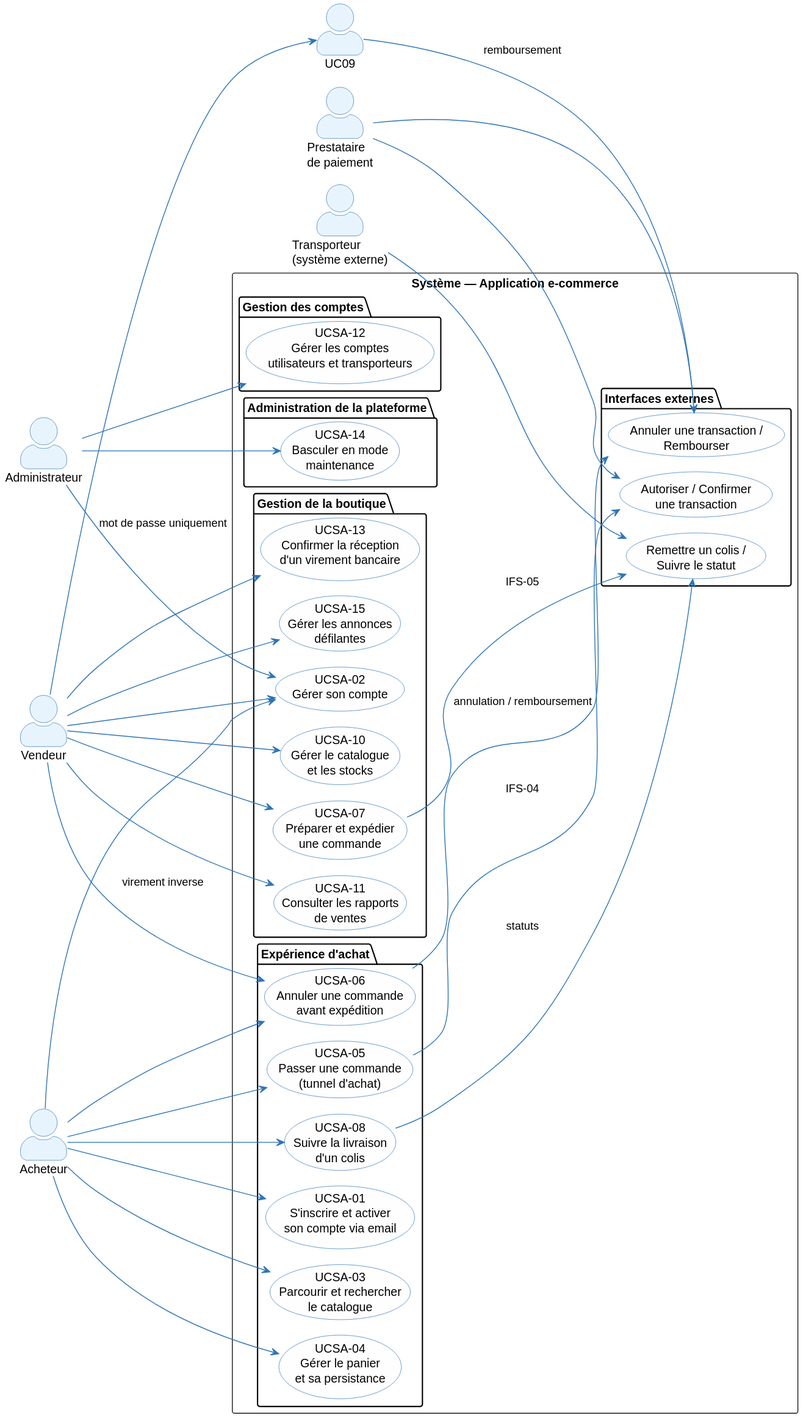
Above: architecture/02-system-analysis/diagrams/sa-use-case.svg in louistalvande/online_shop (PlantUML), before the change.
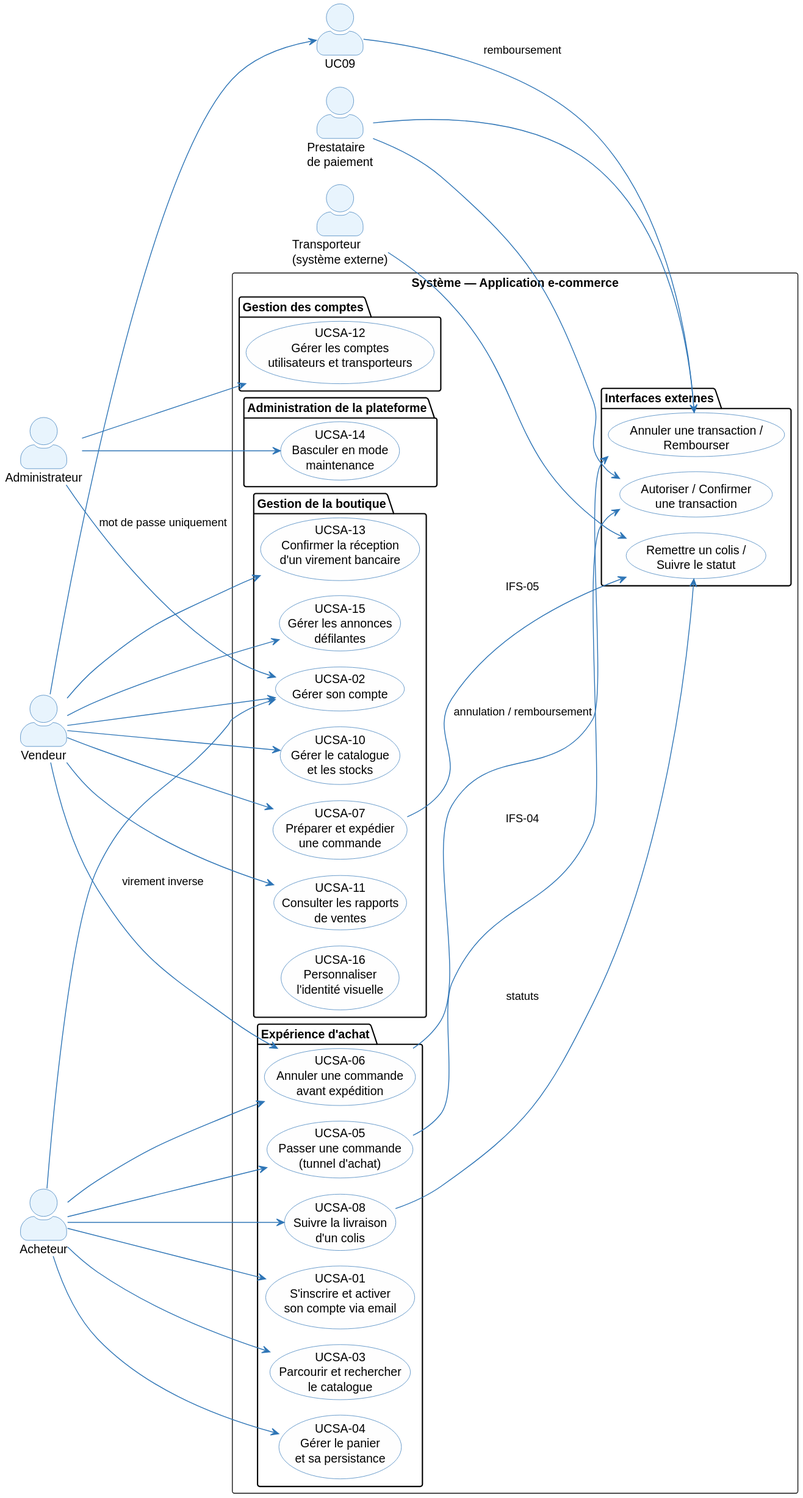
The same diagram one commit later.

What changed in the source:
```diff
@@ -36,6 +36,7 @@
     usecase (UCSA-11\nConsulter les rapports\nde ventes) as UC11
     usecase (UCSA-13\nConfirmer la réception\nd'un virement bancaire) as UC13
     usecase (UCSA-15\nGérer les annonces\ndéfilantes) as UC15
+    usecase (UCSA-16\nPersonnaliser\nl'identité visuelle) as UC16
   }
 
   package "Expérience d'achat" {
```
